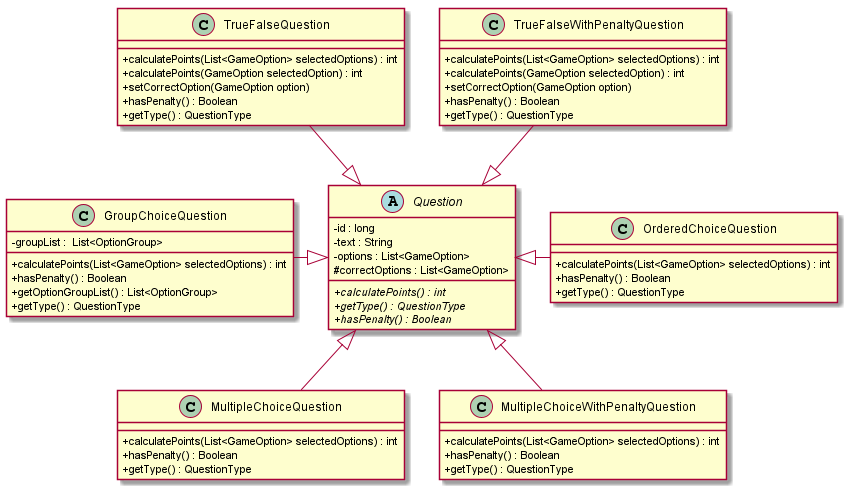
Above: docs/out/DiagramaClases-DetallePreguntas-TP2/DiagramaUML-DetallePreguntas-TP2.png in GEscandar/TP2-Kahoot (PlantUML), before the change.
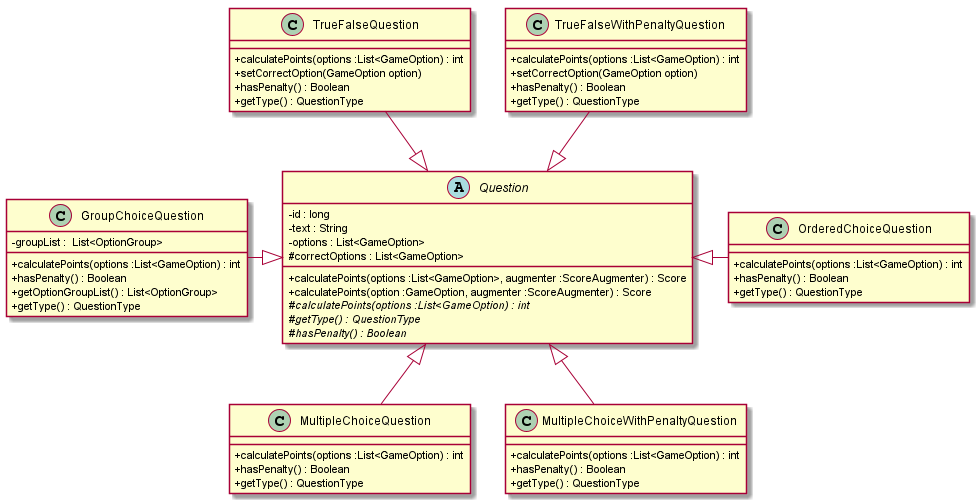
After the commit.

Change to the diagram source:
```diff
@@ -7,48 +7,48 @@
     - text : String
     - options : List<GameOption>
     # correctOptions : List<GameOption>
-    + {abstract}calculatePoints() : int
-    + {abstract}getType() : QuestionType
-    + {abstract}hasPenalty() : Boolean
+    + calculatePoints(options :List<GameOption>, augmenter :ScoreAugmenter) : Score
+    + calculatePoints(option :GameOption, augmenter :ScoreAugmenter) : Score
+    # {abstract}calculatePoints(options :List<GameOption) : int
+    # {abstract}getType() : QuestionType
+    # {abstract}hasPenalty() : Boolean
 }
 
 class TrueFalseQuestion{
-    + calculatePoints(List<GameOption> selectedOptions) : int
-    + calculatePoints(GameOption selectedOption) : int
+    + calculatePoints(options :List<GameOption) : int
     + setCorrectOption(GameOption option)
     + hasPenalty() : Boolean
     + getType() : QuestionType
 }
 
 class TrueFalseWithPenaltyQuestion{
-    + calculatePoints(List<GameOption> selectedOptions) : int
-    + calculatePoints(GameOption selectedOption) : int
+    + calculatePoints(options :List<GameOption) : int
     + setCorrectOption(GameOption option)
     + hasPenalty() : Boolean
     + getType() : QuestionType
 }
 
 class OrderedChoiceQuestion{
-    + calculatePoints(List<GameOption> selectedOptions) : int
+    + calculatePoints(options :List<GameOption) : int
     + hasPenalty() : Boolean
     + getType() : QuestionType
 }
 
 class MultipleChoiceQuestion{
-    + calculatePoints(List<GameOption> selectedOptions) : int
+    + calculatePoints(options :List<GameOption) : int
     + hasPenalty() : Boolean
     + getType() : QuestionType
 }
 
 class MultipleChoiceWithPenaltyQuestion{
-    + calculatePoints(List<GameOption> selectedOptions) : int
+    + calculatePoints(options :List<GameOption) : int
     + hasPenalty() : Boolean
     + getType() : QuestionType
 }
 
 class GroupChoiceQuestion{
+    + calculatePoints(options :List<GameOption) : int
     - groupList :  List<OptionGroup>
-    + calculatePoints(List<GameOption> selectedOptions) : int
     + hasPenalty() : Boolean
     + getOptionGroupList() : List<OptionGroup>
     + getType() : QuestionType
```
